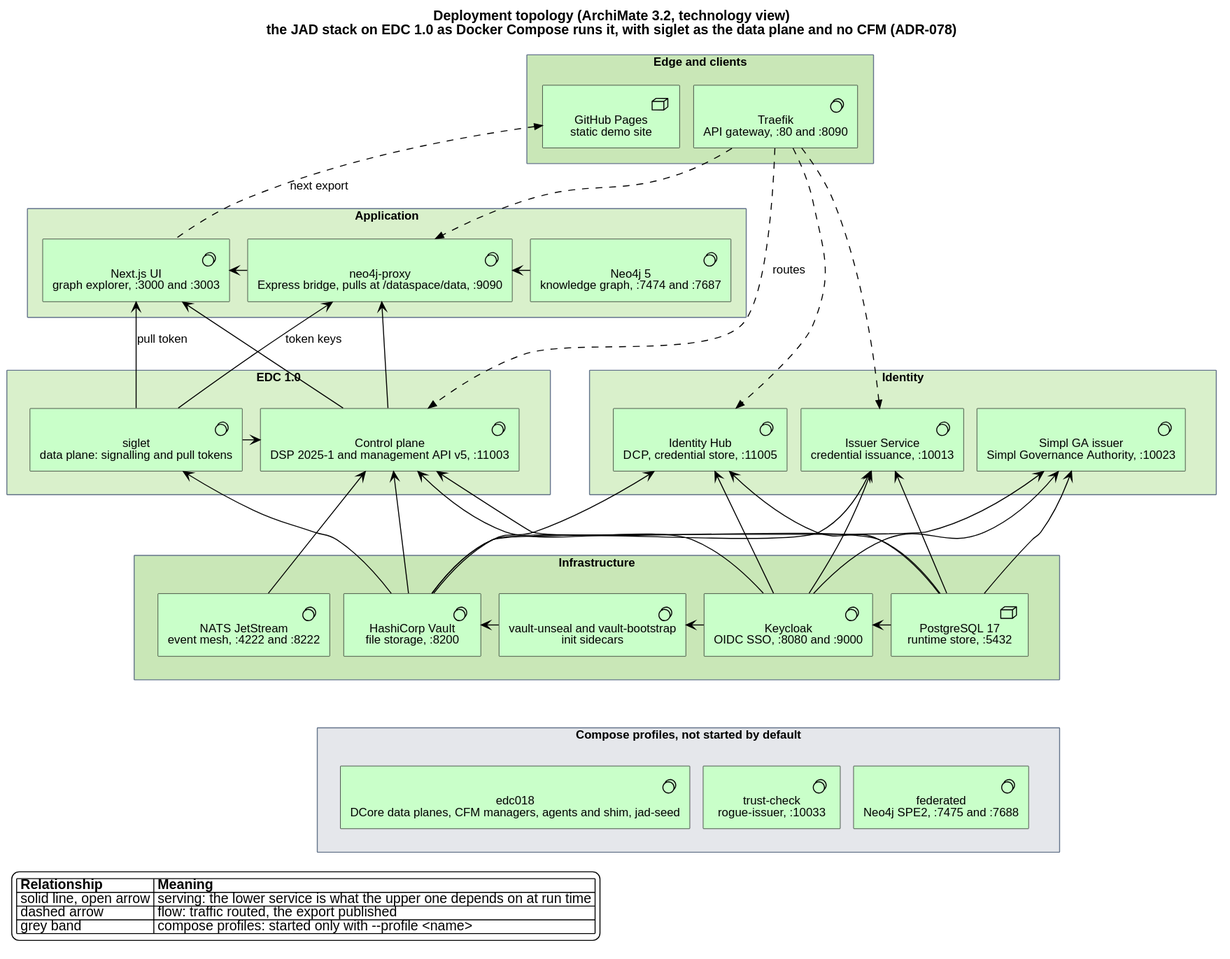
Earlier version of the PlantUML export docs/architecture/img/deployment.svg (ma3u/MinimumViableHealthDataspacev2). Its diagram source:
```plantuml
@startuml
!include <archimate/Archimate>
title Deployment topology (ArchiMate 3.2, technology view)\nthe JAD stack on EDC 1.0 as Docker Compose runs it, with siglet as the data plane and no CFM (ADR-078)
skinparam defaultFontName Helvetica
skinparam shadowing false
skinparam nodesep 14
skinparam ranksep 46
skinparam rectangle {
  BorderColor #64748B
  FontStyle bold
}

rectangle "Edge and clients" as EDGE #C9E7B7 {
  Technology_SystemSoftware(tfk, "Traefik\nAPI gateway, :80 and :8090")
  Technology_Node(ghp, "GitHub Pages\nstatic demo site")
}
rectangle "Application" as APP #D9F0CB {
  Technology_SystemSoftware(ui, "Next.js UI\ngraph explorer, :3000 and :3003")
  Technology_SystemSoftware(proxy, "neo4j-proxy\nExpress bridge, pulls at /dataspace/data, :9090")
  Technology_SystemSoftware(neo4j, "Neo4j 5\nknowledge graph, :7474 and :7687")
}
rectangle "EDC 1.0" as EDC #D9F0CB {
  Technology_SystemSoftware(cp, "Control plane\nDSP 2025-1 and management API v5, :11003")
  Technology_SystemSoftware(sig, "siglet\ndata plane: signalling and pull tokens")
}
rectangle "Identity" as IDM #D9F0CB {
  Technology_SystemSoftware(ih, "Identity Hub\nDCP, credential store, :11005")
  Technology_SystemSoftware(is, "Issuer Service\ncredential issuance, :10013")
  Technology_SystemSoftware(sga, "Simpl GA issuer\nSimpl Governance Authority, :10023")
}
rectangle "Infrastructure" as INFRA #C9E7B7 {
  Technology_SystemSoftware(kc, "Keycloak\nOIDC SSO, :8080 and :9000")
  Technology_Node(pg, "PostgreSQL 17\nruntime store, :5432")
  Technology_SystemSoftware(vault, "HashiCorp Vault\nfile storage, :8200")
  Technology_SystemSoftware(vu, "vault-unseal and vault-bootstrap\ninit sidecars")
  Technology_SystemSoftware(nats, "NATS JetStream\nevent mesh, :4222 and :8222")
}
rectangle "Compose profiles, not started by default" as PROF #E5E7EB {
  Technology_SystemSoftware(e018, "edc018\nDCore data planes, CFM managers, agents and shim, jad-seed")
  Technology_SystemSoftware(trust, "trust-check\nrogue-issuer, :10033")
  Technology_SystemSoftware(fed, "federated\nNeo4j SPE2, :7475 and :7688")
}

Rel_Flow(tfk, cp, "routes")
Rel_Flow(tfk, proxy, " ")
Rel_Flow(tfk, ih, " ")
Rel_Flow(tfk, is, " ")
Rel_Flow_Up(ui, ghp, "next export")

Rel_Serving_Right(proxy, ui)
Rel_Serving_Up(cp, ui)
Rel_Serving_Up(cp, proxy)
Rel_Serving_Right(neo4j, proxy)
Rel_Serving_Up(sig, ui, "pull token")
Rel_Serving_Up(sig, proxy, "token keys")

Rel_Serving_Up(pg, cp)
Rel_Serving_Up(vault, cp)
Rel_Serving_Up(nats, cp)
Rel_Serving_Up(kc, cp)
Rel_Serving_Left(sig, cp)
Rel_Serving_Up(vault, sig)

Rel_Serving_Up(pg, ih)
Rel_Serving_Up(vault, ih)
Rel_Serving_Up(kc, ih)
Rel_Serving_Up(pg, is)
Rel_Serving_Up(vault, is)
Rel_Serving_Up(kc, is)
Rel_Serving_Up(pg, sga)
Rel_Serving_Up(vault, sga)
Rel_Serving_Up(kc, sga)

Rel_Serving_Left(pg, kc)
Rel_Serving_Left(kc, vu)
Rel_Serving_Left(vu, vault)

tfk -[hidden]right- ghp
ui -[hidden]right- proxy
proxy -[hidden]right- neo4j
cp -[hidden]right- sig
ih -[hidden]right- is
is -[hidden]right- sga
nats -[hidden]right- vault
vault -[hidden]right- vu
vu -[hidden]right- kc
kc -[hidden]right- pg
EDC -[hidden]right- IDM
INFRA -[hidden]down- PROF
e018 -[hidden]right- trust
trust -[hidden]right- fed

legend bottom left
|= Relationship |= Meaning |
| solid line, open arrow | serving: the lower service is what the upper one depends on at run time |
| dashed arrow | flow: traffic routed, the export published |
| grey band | compose profiles: started only with --profile <name> |
endlegend
@enduml
```
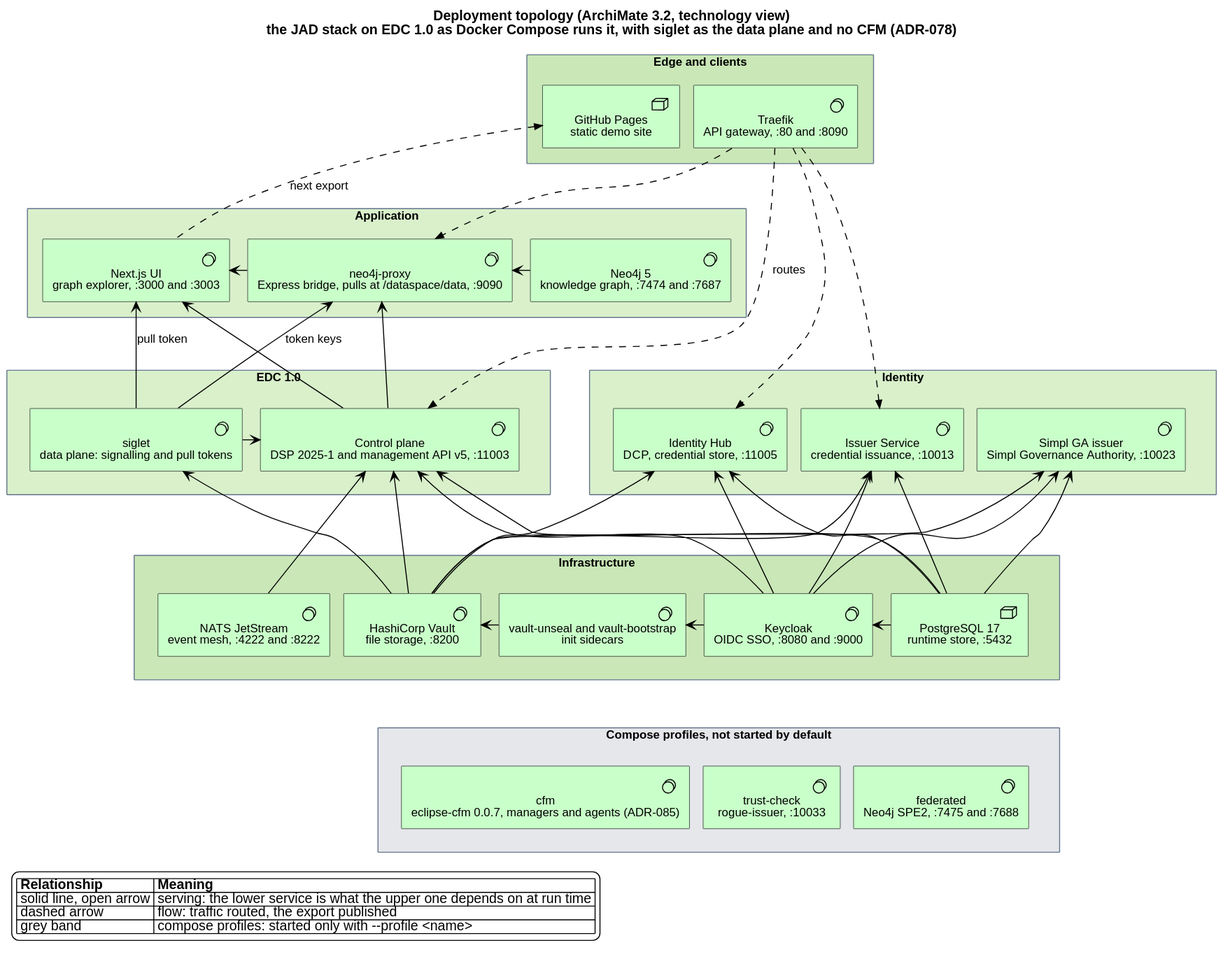
Above is the later version.

The edit, as a diff of the source:
```diff
@@ -36,7 +36,7 @@
   Technology_SystemSoftware(nats, "NATS JetStream\nevent mesh, :4222 and :8222")
 }
 rectangle "Compose profiles, not started by default" as PROF #E5E7EB {
-  Technology_SystemSoftware(e018, "edc018\nDCore data planes, CFM managers, agents and shim, jad-seed")
+  Technology_SystemSoftware(cfm, "cfm\neclipse-cfm 0.0.7, managers and agents (ADR-085)")
   Technology_SystemSoftware(trust, "trust-check\nrogue-issuer, :10033")
   Technology_SystemSoftware(fed, "federated\nNeo4j SPE2, :7475 and :7688")
 }
@@ -87,7 +87,7 @@
 kc -[hidden]right- pg
 EDC -[hidden]right- IDM
 INFRA -[hidden]down- PROF
-e018 -[hidden]right- trust
+cfm -[hidden]right- trust
 trust -[hidden]right- fed
 
 legend bottom left
```
